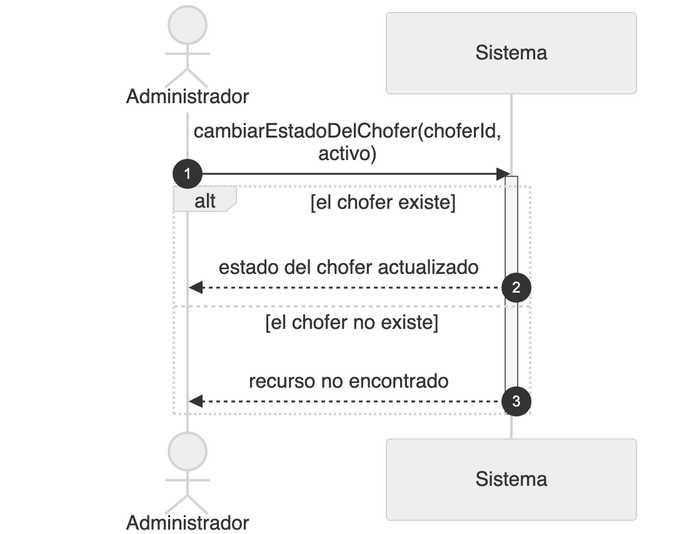
Nahuelito-Dev/splg-docs keeps this Mermaid diagram as diagramas/png/DSS_CU-033_Activar-Desactivar-Chofer.png. Above is the earlier version. Its source is kept beside it as diagramas/DSS_CU-033_Activar-Desactivar-Chofer.mmd.
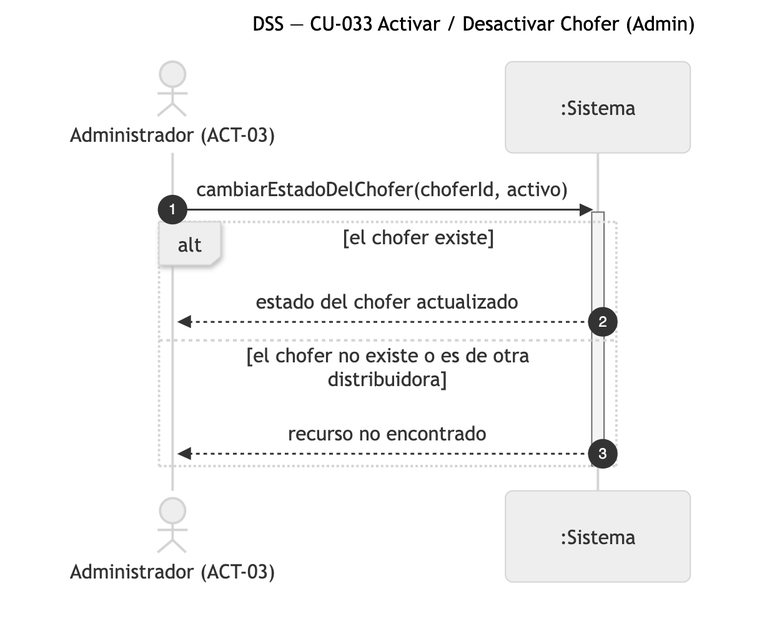
After the commit.

The edit, as a diff of the source:
```diff
@@ -1,8 +1,8 @@
 sequenceDiagram
-    title DSS — CU-033 Activar Desactivar Chofer
+    title DSS — CU-033 Activar / Desactivar Chofer (Admin)
     autonumber
-    actor ADM as Administrador
-    participant SIS as Sistema
+    actor ADM as Administrador (ACT-03)
+    participant SIS as :Sistema
 
     ADM->>SIS: cambiarEstadoDelChofer(choferId, activo)
     activate SIS
```
